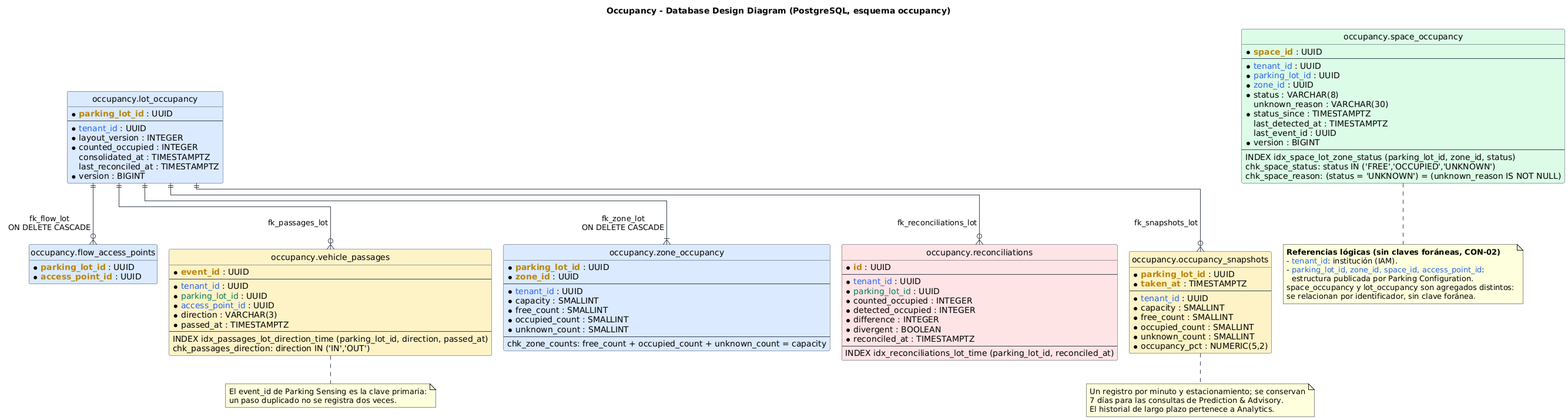
The PlantUML diagram assets/capitulo-05/OccupancyDatabaseDesignDiagram.png in 1ASI0728-2620-9056-Quadrapp/quadrapp-project-report, before a commit. Its diagram source:
```plantuml
@startuml OccupancyDatabaseDesignDiagram
!pragma layout elk
title Occupancy - Database Design Diagram (PostgreSQL, esquema occupancy)

skinparam shadowing false
skinparam defaultFontName "Segoe UI"
skinparam linetype ortho
skinparam nodesep 60
skinparam ranksep 70
skinparam class {
  BackgroundColor White
  BorderColor #374151
  ArrowColor #374151
}
hide circle
hide methods

!define PK(x) <b><color:#B8860B>x</color></b>
!define FK(x) <color:#047857>x</color>
!define REF(x) <color:#2563EB>x</color>

entity "occupancy.lot_occupancy" as lot_occupancy #DBEAFE {
  * PK(parking_lot_id) : UUID
  --
  * REF(tenant_id) : UUID
  * layout_version : INTEGER
  * counted_occupied : INTEGER
  consolidated_at : TIMESTAMPTZ
  last_reconciled_at : TIMESTAMPTZ
  * version : BIGINT
}

entity "occupancy.zone_occupancy" as zone_occupancy #DBEAFE {
  * PK(parking_lot_id) : UUID
  * PK(zone_id) : UUID
  --
  * REF(tenant_id) : UUID
  * capacity : SMALLINT
  * free_count : SMALLINT
  * occupied_count : SMALLINT
  * unknown_count : SMALLINT
  --
  chk_zone_counts: free_count + occupied_count + unknown_count = capacity
}

entity "occupancy.flow_access_points" as flow_access_points #DBEAFE {
  * PK(parking_lot_id) : UUID
  * PK(access_point_id) : UUID
}

entity "occupancy.space_occupancy" as space_occupancy #DCFCE7 {
  * PK(space_id) : UUID
  --
  * REF(tenant_id) : UUID
  * REF(parking_lot_id) : UUID
  * REF(zone_id) : UUID
  * status : VARCHAR(8)
  unknown_reason : VARCHAR(30)
  * status_since : TIMESTAMPTZ
  last_detected_at : TIMESTAMPTZ
  last_event_id : UUID
  * version : BIGINT
  --
  INDEX idx_space_lot_zone_status (parking_lot_id, zone_id, status)
  chk_space_status: status IN ('FREE','OCCUPIED','UNKNOWN')
  chk_space_reason: (status = 'UNKNOWN') = (unknown_reason IS NOT NULL)
}

entity "occupancy.vehicle_passages" as vehicle_passages #FEF3C7 {
  * PK(event_id) : UUID
  --
  * REF(tenant_id) : UUID
  * FK(parking_lot_id) : UUID
  * REF(access_point_id) : UUID
  * direction : VARCHAR(3)
  * passed_at : TIMESTAMPTZ
  --
  INDEX idx_passages_lot_direction_time (parking_lot_id, direction, passed_at)
  chk_passages_direction: direction IN ('IN','OUT')
}

entity "occupancy.occupancy_snapshots" as occupancy_snapshots #FEF3C7 {
  * PK(parking_lot_id) : UUID
  * PK(taken_at) : TIMESTAMPTZ
  --
  * REF(tenant_id) : UUID
  * capacity : SMALLINT
  * free_count : SMALLINT
  * occupied_count : SMALLINT
  * unknown_count : SMALLINT
  * occupancy_pct : NUMERIC(5,2)
}

entity "occupancy.reconciliations" as reconciliations #FFE4E6 {
  * PK(id) : UUID
  --
  * REF(tenant_id) : UUID
  * FK(parking_lot_id) : UUID
  * counted_occupied : INTEGER
  * detected_occupied : INTEGER
  * difference : INTEGER
  * divergent : BOOLEAN
  * reconciled_at : TIMESTAMPTZ
  --
  INDEX idx_reconciliations_lot_time (parking_lot_id, reconciled_at)
}

lot_occupancy ||--|{ zone_occupancy : "fk_zone_lot\nON DELETE CASCADE"
lot_occupancy ||--o{ flow_access_points : "fk_flow_lot\nON DELETE CASCADE"
lot_occupancy ||--o{ vehicle_passages : "fk_passages_lot"
lot_occupancy ||--o{ occupancy_snapshots : "fk_snapshots_lot"
lot_occupancy ||--o{ reconciliations : "fk_reconciliations_lot"

note right of space_occupancy
  <b>Referencias lógicas (sin claves foráneas, CON-02)</b>
  - <color:#2563EB>tenant_id</color>: institución (IAM).
  - <color:#2563EB>parking_lot_id, zone_id, space_id, access_point_id</color>:
    estructura publicada por Parking Configuration.
  space_occupancy y lot_occupancy son agregados distintos:
  se relacionan por identificador, sin clave foránea.
end note

note bottom of occupancy_snapshots
  Un registro por minuto y estacionamiento; se conservan
  7 días para las consultas de Prediction & Advisory.
  El historial de largo plazo pertenece a Analytics.
end note

note bottom of vehicle_passages
  El event_id de Parking Sensing es la clave primaria:
  un paso duplicado no se registra dos veces.
end note
@enduml
```
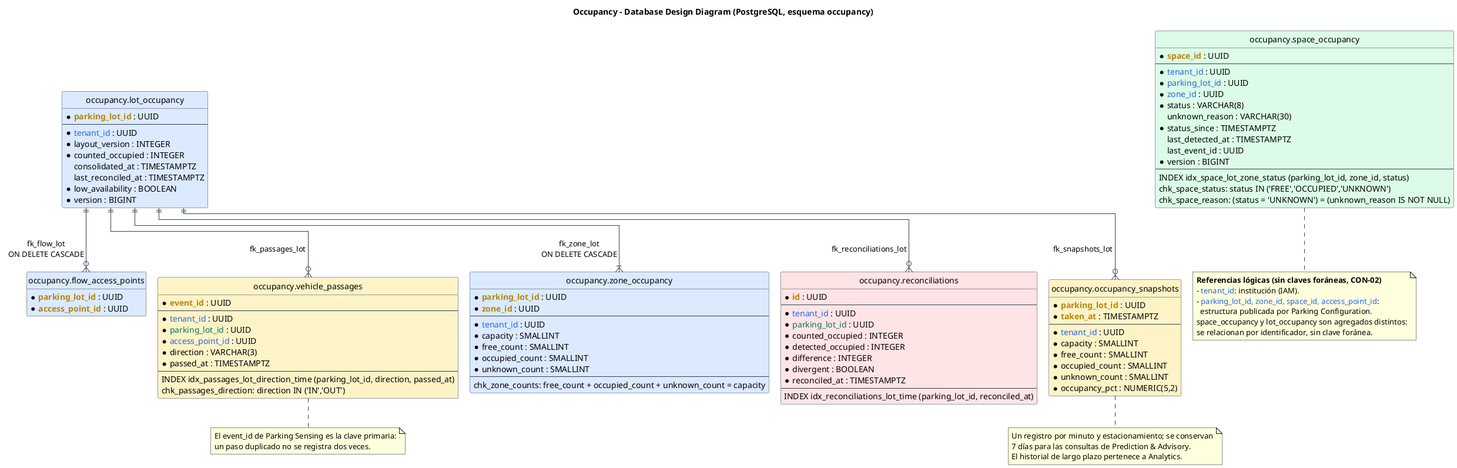
Above is the later version.

Commit message:
docs(chapter-05): add low availability events to occupancy

The edit, as a diff of the source:
```diff
@@ -27,6 +27,7 @@
   * counted_occupied : INTEGER
   consolidated_at : TIMESTAMPTZ
   last_reconciled_at : TIMESTAMPTZ
+  * low_availability : BOOLEAN
   * version : BIGINT
 }
 
```
